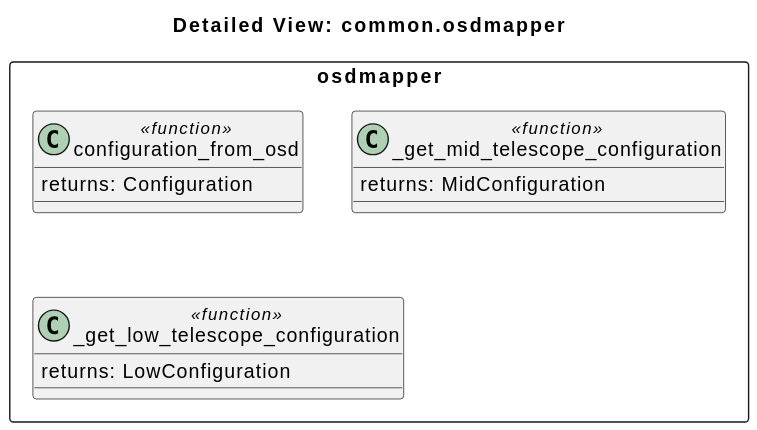
This is docs/src/internal/diagrams/module_view_osd.svg from ska-telescope/ska-oso-services, a PlantUML export, as it was before one commit.
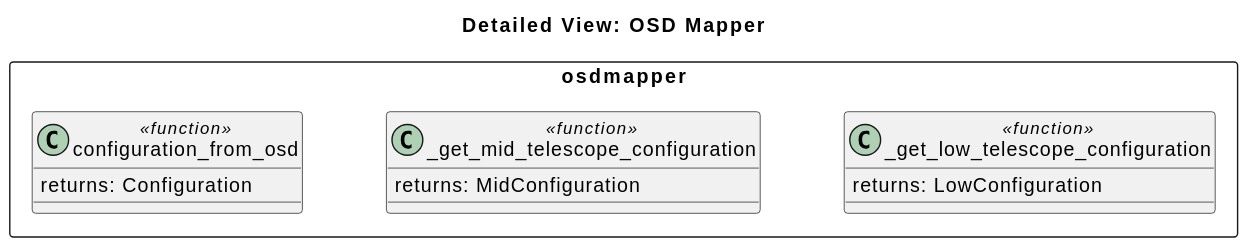
Above is the later version.

What changed in the source:
```diff
@@ -1,17 +1,21 @@
 @startuml
-title Detailed View: common.osdmapper
+title Detailed View: OSD Mapper
 
-top to bottom direction
+left to right direction
 
 package "osdmapper" <<Rectangle>> {
-    class configuration_from_osd <<function>> {
+      class configuration_from_osd <<function>> {
         returns: Configuration
-    }
-    class _get_mid_telescope_configuration <<function>> {
-        returns: MidConfiguration
-    }
-    class _get_low_telescope_configuration <<function>> {
-        returns: LowConfiguration
-    }
+      }
+      class _get_mid_telescope_configuration <<function>> {
+          returns: MidConfiguration
+      }
+      class _get_low_telescope_configuration <<function>> {
+          returns: LowConfiguration
+      }
 }
+
+
+configuration_from_osd -[hidden]-> _get_mid_telescope_configuration
+_get_mid_telescope_configuration -[hidden]-> _get_low_telescope_configuration
 @enduml
```
